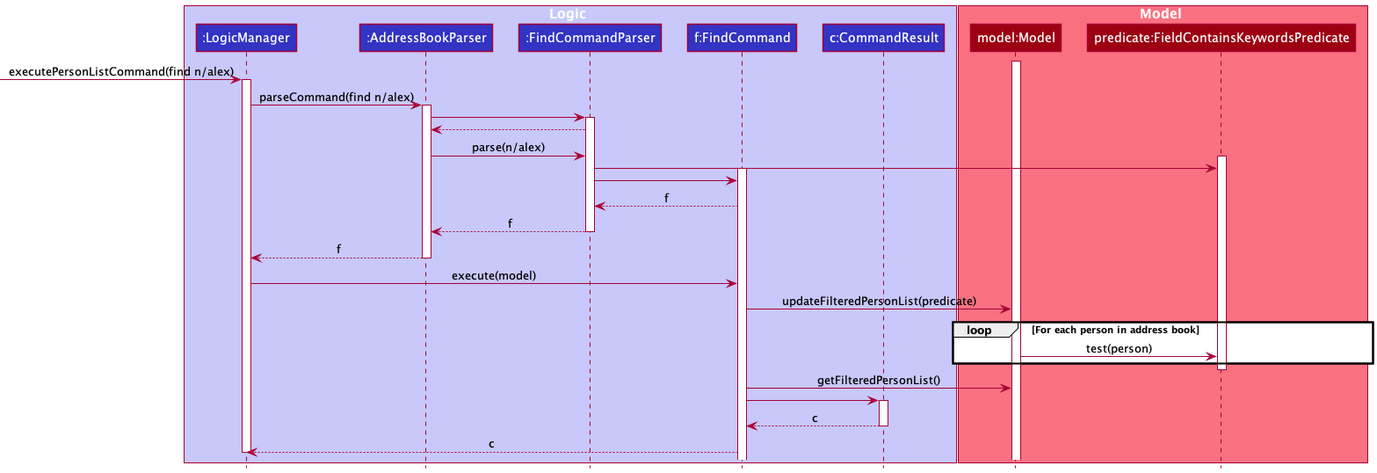
Above: docs/images/FindSequenceDiagram.png in tonishka/tp (PlantUML), before the change. Source of this version:
```plantuml
@startuml
!include style.puml

box Logic LOGIC_COLOR_T1
participant ":LogicManager" as LogicManager LOGIC_COLOR
participant ":AddressBookParser" as AddressBookParser LOGIC_COLOR
participant ":FindCommandParser" as FindCommandParser LOGIC_COLOR
participant "f:FindCommand" as FindCommand LOGIC_COLOR
participant "c:CommandResult" as CommandResult LOGIC_COLOR
end box

box Model MODEL_COLOR_T1
participant "model:Model" as model MODEL_COLOR
participant "predicate:FieldContainsKeywordsPredicate"  as FieldContainsKeywordsPredicate MODEL_COLOR
end box

activate model
[-> LogicManager : executePersonListCommand(find n/alex)
activate LogicManager

LogicManager -> AddressBookParser : parseCommand(find n/alex)
activate AddressBookParser

AddressBookParser -> FindCommandParser
activate FindCommandParser
AddressBookParser <-- FindCommandParser

AddressBookParser -> FindCommandParser : parse(n/alex)

activate FieldContainsKeywordsPredicate
FindCommandParser -> FieldContainsKeywordsPredicate

activate FindCommand
FindCommandParser -> FindCommand
FindCommandParser <-- FindCommand :f

AddressBookParser <-- FindCommandParser :f
deactivate FindCommandParser
LogicManager <-- AddressBookParser :f
deactivate AddressBookParser
LogicManager -> FindCommand : execute(model)

FindCommand -> model : updateFilteredPersonList(predicate)
loop For each person in address book
model -> FieldContainsKeywordsPredicate : test(person)
end
deactivate FieldContainsKeywordsPredicate
FindCommand -> model : getFilteredPersonList()
FindCommand -> CommandResult
activate CommandResult
FindCommand <-- CommandResult : c
deactivate CommandResult
LogicManager <-- FindCommand :c
deactivate LogicManager
@enduml
```
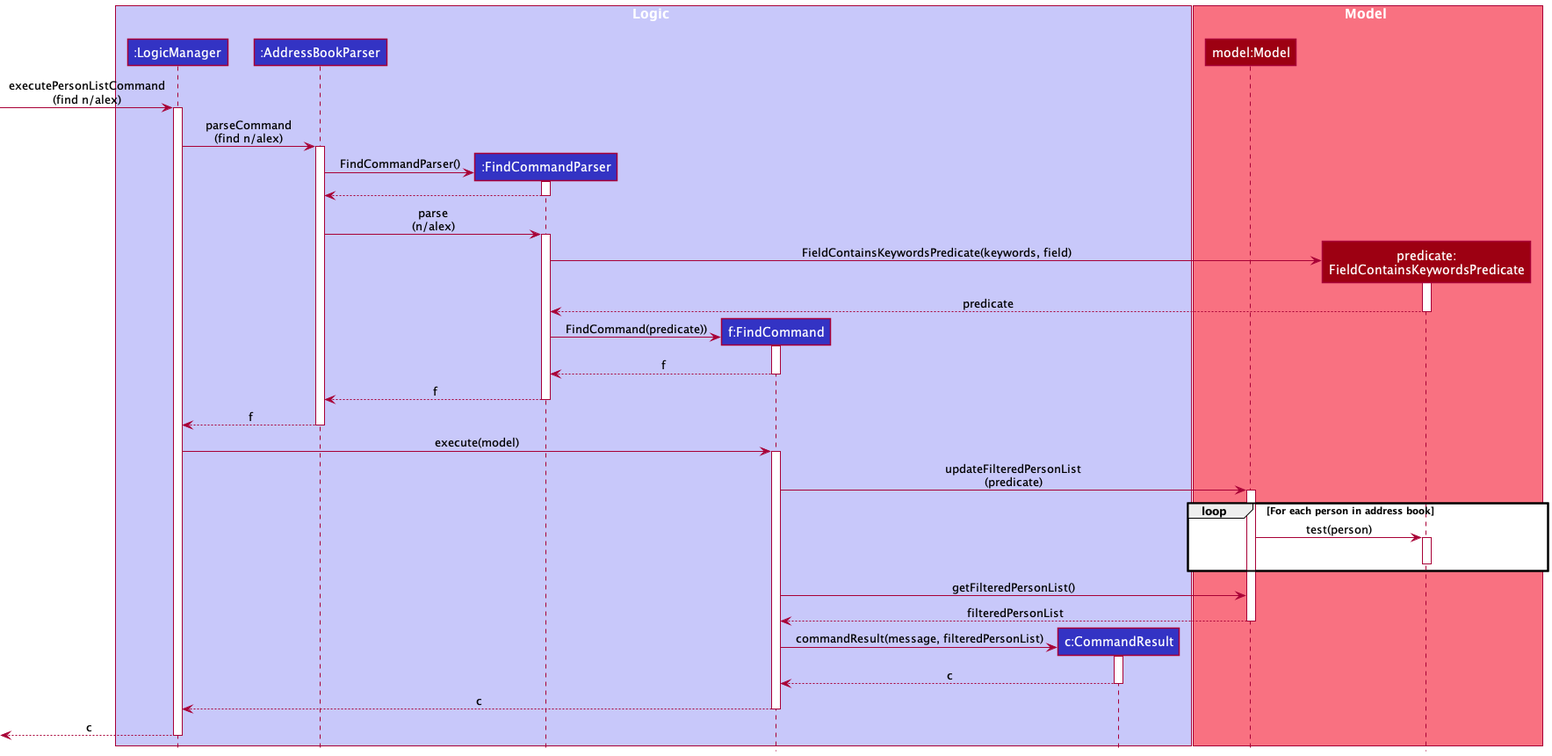
Later version of the same file.

Commit message:
Update find command sequence diagram

The edit, as a diff of the source:
```diff
@@ -11,45 +11,56 @@
 
 box Model MODEL_COLOR_T1
 participant "model:Model" as model MODEL_COLOR
-participant "predicate:FieldContainsKeywordsPredicate"  as FieldContainsKeywordsPredicate MODEL_COLOR
+participant "predicate:\nFieldContainsKeywordsPredicate"  as FieldContainsKeywordsPredicate MODEL_COLOR
 end box
 
-activate model
-[-> LogicManager : executePersonListCommand(find n/alex)
+[-> LogicManager : executePersonListCommand\n(find n/alex)
 activate LogicManager
 
-LogicManager -> AddressBookParser : parseCommand(find n/alex)
+LogicManager -> AddressBookParser : parseCommand\n(find n/alex)
 activate AddressBookParser
 
-AddressBookParser -> FindCommandParser
+AddressBookParser -> FindCommandParser** : FindCommandParser()
 activate FindCommandParser
 AddressBookParser <-- FindCommandParser
+deactivate FindCommandParser
 
-AddressBookParser -> FindCommandParser : parse(n/alex)
+AddressBookParser -> FindCommandParser : parse\n(n/alex)
+activate FindCommandParser
 
+FindCommandParser -> FieldContainsKeywordsPredicate** : FieldContainsKeywordsPredicate(keywords, field)
 activate FieldContainsKeywordsPredicate
-FindCommandParser -> FieldContainsKeywordsPredicate
+FieldContainsKeywordsPredicate --> FindCommandParser :predicate
+deactivate FieldContainsKeywordsPredicate
 
+FindCommandParser -> FindCommand** :FindCommand(predicate))
 activate FindCommand
-FindCommandParser -> FindCommand
 FindCommandParser <-- FindCommand :f
+deactivate FindCommand
 
 AddressBookParser <-- FindCommandParser :f
 deactivate FindCommandParser
 LogicManager <-- AddressBookParser :f
 deactivate AddressBookParser
 LogicManager -> FindCommand : execute(model)
+activate FindCommand
 
-FindCommand -> model : updateFilteredPersonList(predicate)
+FindCommand -> model : updateFilteredPersonList\n(predicate)
+activate model
 loop For each person in address book
 model -> FieldContainsKeywordsPredicate : test(person)
+activate FieldContainsKeywordsPredicate
+deactivate FieldContainsKeywordsPredicate
 end
-deactivate FieldContainsKeywordsPredicate
 FindCommand -> model : getFilteredPersonList()
-FindCommand -> CommandResult
+model --> FindCommand :filteredPersonList
+deactivate model
+FindCommand -> CommandResult** : commandResult(message, filteredPersonList)
 activate CommandResult
-FindCommand <-- CommandResult : c
+FindCommand <-- CommandResult :c
 deactivate CommandResult
 LogicManager <-- FindCommand :c
+deactivate FindCommand
+<-- LogicManager :c
 deactivate LogicManager
 @enduml
```
